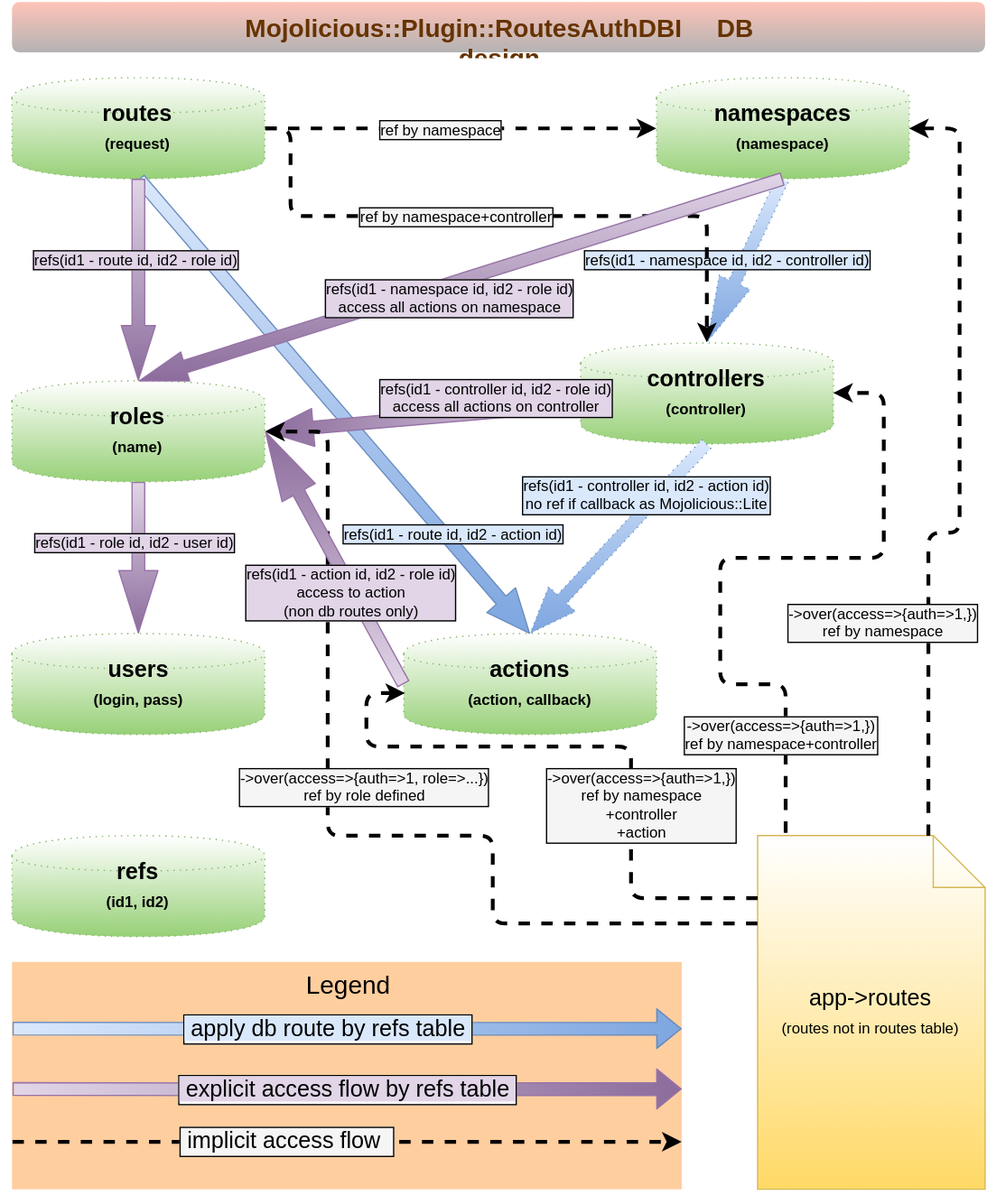
Earlier version of the draw.io export Diagram.svg (mche/Mojolicious-Plugin-RoutesAuthDBI). Source tidied: cells renumbered, new cells last; positions are measured from the earlier drawing's top-left corner, leaving out a move shared by most shapes.
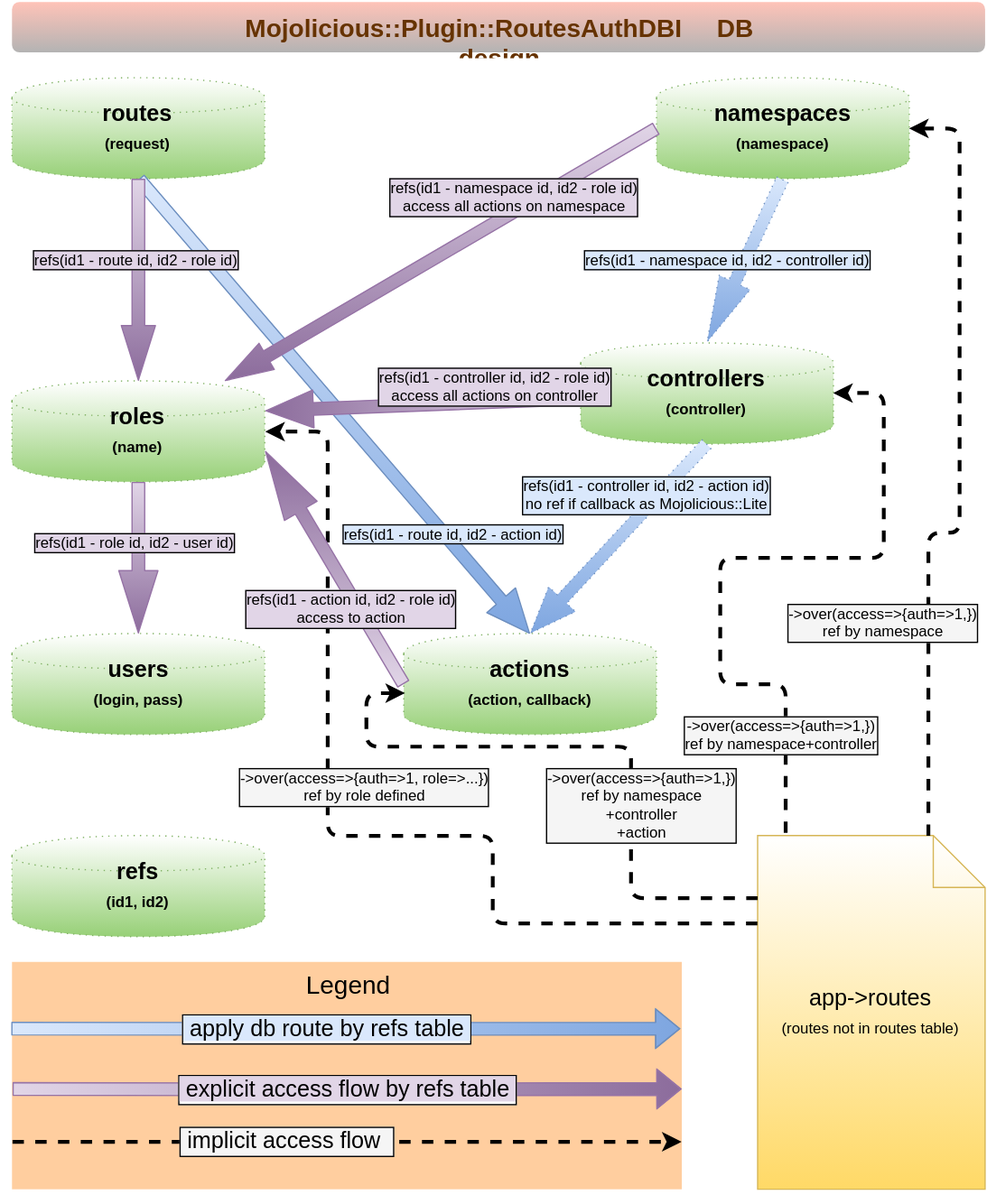
Above is the later version.

What changed in the source:
```diff
@@ -52,7 +52,7 @@
     <mxCell id="13" value="refs(id1 - route id, id2 - role id&lt;span style=&quot;line-height: 1.2&quot;&gt;)&lt;/span&gt;" style="text;html=1;align=center;verticalAlign=middle;labelBackgroundColor=#E1D5E7;direction=south;rotation=0;labelBorderColor=#000000;" parent="12" vertex="1">
       <mxGeometry x="-0.21" y="-1" relative="1" as="geometry" />
     </mxCell>
-    <mxCell id="14" style="endArrow=classic;html=1;shape=flexArrow;plain-purple;entryX=1;entryY=0.5;endWidth=19;endSize=12.18;gradientDirection=west;" parent="1" edge="1" source="4" target="10">
+    <mxCell id="14" style="endArrow=classic;html=1;shape=flexArrow;plain-purple;entryX=1;entryY=0.3;endWidth=19;endSize=12.18;gradientDirection=west;" parent="1" edge="1" source="4" target="10">
       <mxGeometry relative="1" as="geometry" />
     </mxCell>
     <mxCell id="15" value="&lt;span&gt;refs(id1 - controller id, id2 - role&lt;/span&gt;&lt;span style=&quot;line-height: 1.2&quot;&gt;&amp;nbsp;id&lt;/span&gt;&lt;span style=&quot;line-height: 1.2&quot;&gt;)&lt;/span&gt;&lt;div&gt;&lt;span style=&quot;line-height: 1.2&quot;&gt;access all actions on controller&lt;/span&gt;&lt;/div&gt;" style="text;html=1;align=center;verticalAlign=bottom;labelBackgroundColor=#E1D5E7;labelBorderColor=#000000;" parent="14" vertex="1">
@@ -93,10 +93,10 @@
     </mxCell>
     <mxCell id="23" value="&lt;span style=&quot;background-color: rgb(218 , 232 , 252)&quot;&gt;&amp;nbsp;apply db route by refs table&amp;nbsp;&lt;/span&gt;" style="endArrow=classic;html=1;shape=flexArrow;entryX=1;entryY=0.25;plain-blue;exitX=0;exitY=0.25;labelBorderColor=#000000;fontSize=18;align=center;gradientDirection=east;" parent="1" edge="1">
       <mxGeometry y="15" relative="1" as="geometry">
-        <mxPoint x="0.4" y="812.8" as="sourcePoint" />
-        <mxPoint x="529.8" y="812.8" as="targetPoint" />
+        <mxPoint x="-0.6" y="812.8" as="sourcePoint" />
+        <mxPoint x="528.8" y="812.8" as="targetPoint" />
         <Array as="points">
-          <mxPoint x="265" y="813" />
+          <mxPoint x="264" y="813" />
         </Array>
         <mxPoint x="-15" y="15" as="offset" />
       </mxGeometry>
@@ -135,33 +135,6 @@
         <mxPoint x="-16" y="12" as="offset" />
       </mxGeometry>
     </mxCell>
-    <mxCell id="31" style="endArrow=classic;html=1;fontSize=18;entryX=0;entryY=0.5;dashed=1;edgeStyle=orthogonalEdgeStyle;strokeWidth=3;rounded=1;exitX=1;exitY=0.5;" parent="1" edge="1" source="7" target="28">
-      <mxGeometry relative="1" as="geometry">
-        <Array as="points">
-          <mxPoint x="450" y="100" />
-          <mxPoint x="450" y="100" />
-        </Array>
-      </mxGeometry>
-    </mxCell>
-    <mxCell id="32" value="&lt;div&gt;ref by namespace&lt;/div&gt;" style="text;html=1;align=center;verticalAlign=middle;labelBackgroundColor=#F5F5F5;fontSize=12;labelBorderColor=#000000;" parent="31" vertex="1">
-      <mxGeometry x="-0.35" y="-1" relative="1" as="geometry">
-        <mxPoint x="40" y="-1" as="offset" />
-      </mxGeometry>
-    </mxCell>
-    <mxCell id="33" style="endArrow=classic;html=1;fontSize=18;dashed=1;edgeStyle=orthogonalEdgeStyle;strokeWidth=3;rounded=1;exitX=1;exitY=0.5;entryX=0.5;entryY=0;" parent="1" edge="1" source="7" target="4">
-      <mxGeometry relative="1" as="geometry">
-        <Array as="points">
-          <mxPoint x="220" y="100" />
-          <mxPoint x="220" y="170" />
-          <mxPoint x="550" y="170" />
-        </Array>
-      </mxGeometry>
-    </mxCell>
-    <mxCell id="34" value="&lt;div&gt;ref by namespace+controller&lt;/div&gt;" style="text;html=1;align=center;verticalAlign=middle;labelBackgroundColor=#F5F5F5;fontSize=12;labelBorderColor=#000000;" parent="33" vertex="1">
-      <mxGeometry x="-0.35" y="-1" relative="1" as="geometry">
-        <mxPoint x="54" y="-1" as="offset" />
-      </mxGeometry>
-    </mxCell>
     <mxCell id="35" style="endArrow=classic;html=1;fontSize=18;entryX=1;entryY=0.5;dashed=1;edgeStyle=orthogonalEdgeStyle;strokeWidth=3;rounded=1;exitX=0.75;exitY=0;" parent="1" edge="1" source="19" target="28">
       <mxGeometry relative="1" as="geometry">
         <Array as="points">
@@ -197,18 +170,18 @@
     <mxCell id="40" style="edgeStyle=orthogonalEdgeStyle;shape=flexArrow;rounded=1;html=1;exitX=0.25;exitY=0;entryX=0.25;entryY=0;dashed=1;dashPattern=1 4;jettySize=auto;orthogonalLoop=1;strokeColor=#CDA2BE;strokeWidth=3;fontSize=14;fontColor=#663300;align=center;" parent="1" edge="1" source="19" target="19">
       <mxGeometry relative="1" as="geometry" />
     </mxCell>
-    <mxCell id="41" style="endArrow=classic;html=1;shape=flexArrow;plain-purple;entryX=0.5;entryY=0;exitX=0.5;exitY=1;endWidth=13;endSize=12.3;sourcePerimeterSpacing=5;" parent="1" edge="1" source="28" target="10">
+    <mxCell id="41" style="endArrow=classic;html=1;shape=flexArrow;plain-purple;exitX=0;exitY=0.5;endWidth=13;endSize=12.3;sourcePerimeterSpacing=5;" parent="1" edge="1" source="28" target="10">
       <mxGeometry relative="1" as="geometry" />
     </mxCell>
     <mxCell id="42" value="&lt;span&gt;refs(id1 - namespace id, id2 - role&lt;/span&gt;&lt;span style=&quot;line-height: 1.2&quot;&gt;&amp;nbsp;id&lt;/span&gt;&lt;span style=&quot;line-height: 1.2&quot;&gt;)&lt;/span&gt;&lt;div&gt;&lt;span style=&quot;line-height: 1.2&quot;&gt;access all actions on namespace&lt;/span&gt;&lt;/div&gt;" style="text;html=1;align=center;verticalAlign=bottom;labelBackgroundColor=#E1D5E7;labelBorderColor=#000000;" parent="41" vertex="1">
       <mxGeometry x="-0.21" y="-1" relative="1" as="geometry">
-        <mxPoint x="-59" y="48" as="offset" />
+        <mxPoint x="25" y="-8" as="offset" />
       </mxGeometry>
     </mxCell>
-    <mxCell id="43" style="endArrow=classic;html=1;shape=flexArrow;plain-purple;entryX=1;entryY=0.5;endWidth=19;endSize=17.87;width=10;exitX=0;exitY=0.5;gradientDirection=north;" parent="1" edge="1" source="11" target="10">
+    <mxCell id="43" style="endArrow=classic;html=1;shape=flexArrow;plain-purple;entryX=1;entryY=0.7;endWidth=19;endSize=17.87;width=10;exitX=0;exitY=0.5;gradientDirection=north;" parent="1" edge="1" source="11" target="10">
       <mxGeometry relative="1" as="geometry" />
     </mxCell>
-    <mxCell id="44" value="&lt;span&gt;refs(id1 - action id, id2 - role&lt;/span&gt;&lt;span style=&quot;line-height: 1.2&quot;&gt;&amp;nbsp;id&lt;/span&gt;&lt;span style=&quot;line-height: 1.2&quot;&gt;)&lt;/span&gt;&lt;div&gt;&lt;span style=&quot;line-height: 1.2&quot;&gt;access to action&lt;/span&gt;&lt;/div&gt;&lt;div&gt;&lt;span style=&quot;line-height: 1.2&quot;&gt;(non db routes only)&lt;/span&gt;&lt;/div&gt;" style="text;html=1;align=center;verticalAlign=bottom;labelBackgroundColor=#E1D5E7;labelBorderColor=#000000;" parent="43" vertex="1">
+    <mxCell id="44" value="&lt;span&gt;refs(id1 - action id, id2 - role&lt;/span&gt;&lt;span style=&quot;line-height: 1.2&quot;&gt;&amp;nbsp;id&lt;/span&gt;&lt;span style=&quot;line-height: 1.2&quot;&gt;)&lt;/span&gt;&lt;div&gt;&lt;span style=&quot;line-height: 1.2&quot;&gt;access to action&lt;/span&gt;&lt;/div&gt;" style="text;html=1;align=center;verticalAlign=bottom;labelBackgroundColor=#E1D5E7;labelBorderColor=#000000;" parent="43" vertex="1">
       <mxGeometry x="-0.21" y="-1" relative="1" as="geometry">
         <mxPoint x="2" y="29" as="offset" />
       </mxGeometry>
```
